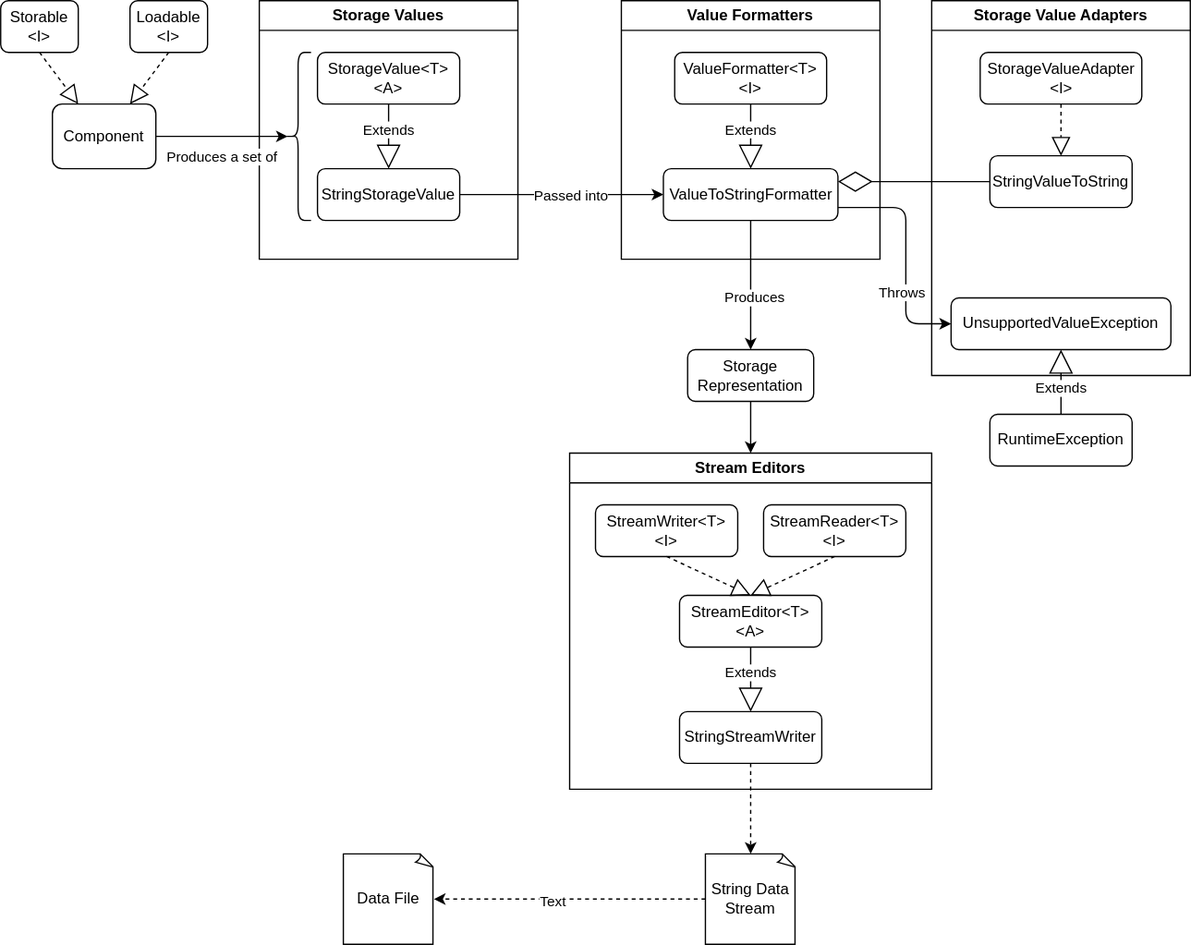
Above: docs/diagrams/Storage.drawio.svg in warburec/GenCompilation (draw.io), before the change. Source tidied: cells renumbered, new cells last; positions are measured from the earlier drawing's top-left corner, leaving out a move shared by most shapes.
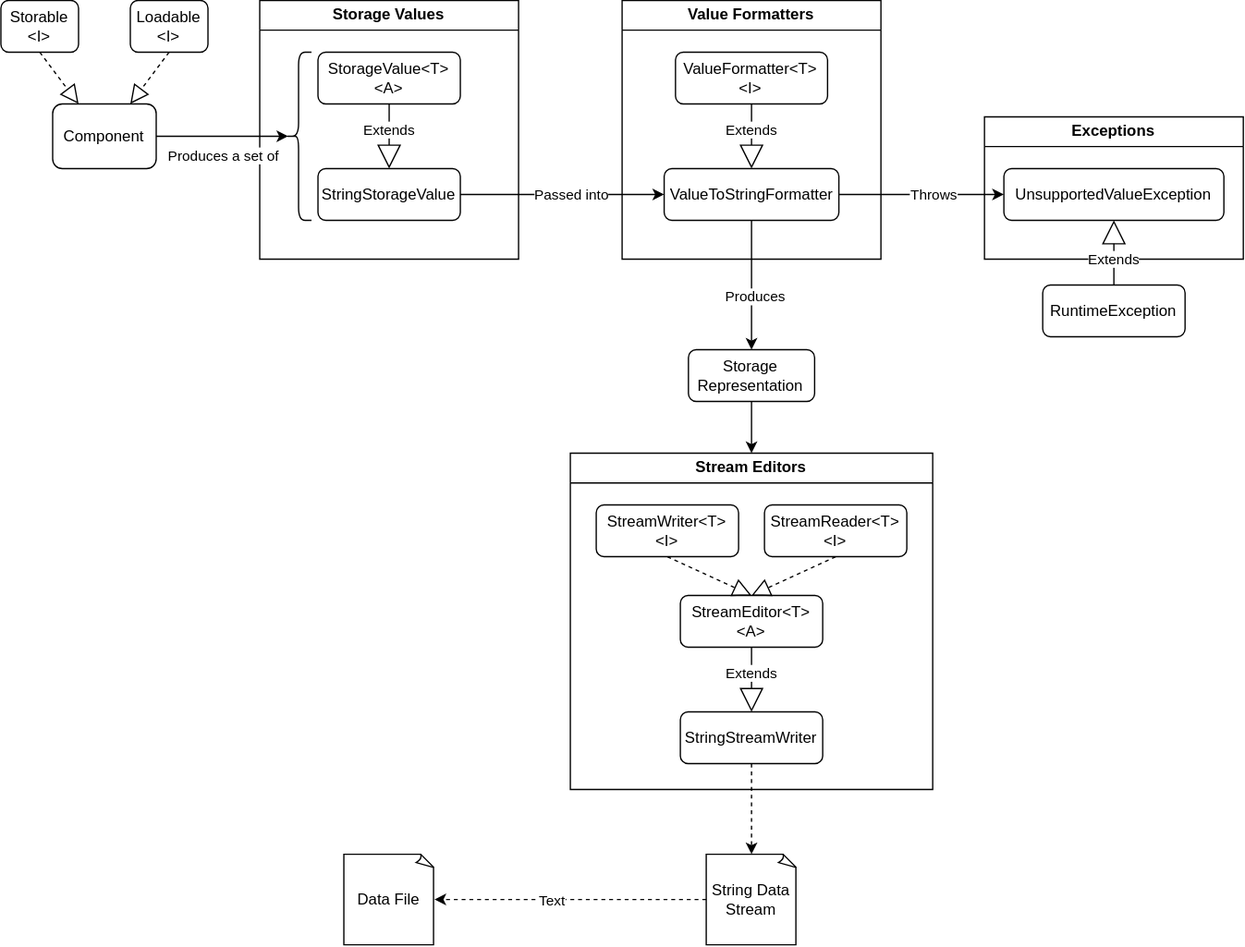
After the change.

Commit message:
Storage architecture fix and diagram

Diff of the diagram source:
```diff
@@ -50,21 +50,18 @@
     <mxCell id="15" value="Component" style="rounded=1;whiteSpace=wrap;html=1;" parent="1" vertex="1">
       <mxGeometry x="40" y="80" width="80" height="50" as="geometry" />
     </mxCell>
-    <mxCell id="16" value="Storage Value Adapters" style="swimlane;whiteSpace=wrap;html=1;" parent="1" vertex="1">
-      <mxGeometry x="720" width="200" height="290" as="geometry" />
+    <mxCell id="16" value="Exceptions" style="swimlane;whiteSpace=wrap;html=1;" parent="1" vertex="1">
+      <mxGeometry x="760" y="90" width="200" height="110" as="geometry" />
     </mxCell>
-    <mxCell id="17" value="StorageValueAdapter &amp;lt;I&amp;gt;" style="rounded=1;whiteSpace=wrap;html=1;" parent="16" vertex="1">
-      <mxGeometry x="37.5" y="40" width="125" height="40" as="geometry" />
-    </mxCell>
-    <mxCell id="18" value="StringValueToString" style="rounded=1;whiteSpace=wrap;html=1;" parent="16" vertex="1">
-      <mxGeometry x="45" y="120" width="110" height="40" as="geometry" />
-    </mxCell>
     <mxCell id="19" value="UnsupportedValueException" style="rounded=1;whiteSpace=wrap;html=1;" parent="16" vertex="1">
-      <mxGeometry x="15" y="230" width="170" height="40" as="geometry" />
+      <mxGeometry x="15" y="40" width="170" height="40" as="geometry" />
     </mxCell>
-    <mxCell id="20" style="endArrow=block;dashed=1;endFill=0;endSize=12;html=1;exitX=0.5;exitY=1;exitDx=0;exitDy=0;entryX=0.5;entryY=0;entryDx=0;entryDy=0;" parent="16" edge="1" source="17" target="18">
-      <mxGeometry relative="1" as="geometry" />
-    </mxCell>
+    <mxCell id="23" value="RuntimeException" style="rounded=1;whiteSpace=wrap;html=1;" parent="16" vertex="1">
+      <mxGeometry x="45" y="130" width="110" height="40" as="geometry" />
+    </mxCell>
+    <mxCell id="24" value="Extends" style="endArrow=block;endSize=16;endFill=0;html=1;entryX=0.5;entryY=1;entryDx=0;entryDy=0;exitX=0.5;exitY=0;exitDx=0;exitDy=0;" parent="16" edge="1" source="23" target="19">
+      <mxGeometry x="-0.2" relative="1" as="geometry" />
+    </mxCell>
     <mxCell id="21" style="edgeStyle=orthogonalEdgeStyle;html=1;exitX=1;exitY=0.5;exitDx=0;exitDy=0;entryX=0;entryY=0.5;entryDx=0;entryDy=0;" parent="1" edge="1" source="5" target="10">
       <mxGeometry relative="1" as="geometry" />
     </mxCell>
@@ -73,26 +70,12 @@
         <mxPoint x="-11" as="offset" />
       </mxGeometry>
     </mxCell>
-    <mxCell id="23" value="RuntimeException" style="rounded=1;whiteSpace=wrap;html=1;" parent="1" vertex="1">
-      <mxGeometry x="765" y="320" width="110" height="40" as="geometry" />
-    </mxCell>
-    <mxCell id="24" value="Extends" style="endArrow=block;endSize=16;endFill=0;html=1;entryX=0.5;entryY=1;entryDx=0;entryDy=0;exitX=0.5;exitY=0;exitDx=0;exitDy=0;" parent="1" edge="1" source="23" target="19">
-      <mxGeometry x="-0.2" relative="1" as="geometry" />
-    </mxCell>
-    <mxCell id="25" style="endArrow=diamondThin;endFill=0;endSize=24;html=1;entryX=1;entryY=0.25;entryDx=0;entryDy=0;exitX=0;exitY=0.5;exitDx=0;exitDy=0;" parent="1" edge="1" source="18" target="10">
-      <mxGeometry relative="1" as="geometry" />
-    </mxCell>
-    <mxCell id="26" style="edgeStyle=orthogonalEdgeStyle;html=1;exitX=1;exitY=0.75;exitDx=0;exitDy=0;entryX=0;entryY=0.5;entryDx=0;entryDy=0;" parent="1" edge="1" source="10" target="19">
-      <mxGeometry relative="1" as="geometry">
-        <Array as="points">
-          <mxPoint x="700" y="160" />
-          <mxPoint x="700" y="250" />
-        </Array>
-      </mxGeometry>
+    <mxCell id="26" style="edgeStyle=orthogonalEdgeStyle;html=1;exitX=1;exitY=0.5;exitDx=0;exitDy=0;entryX=0;entryY=0.5;entryDx=0;entryDy=0;libavoidRouting=1;" parent="1" edge="1" source="10" target="19">
+      <mxGeometry relative="1" as="geometry" />
     </mxCell>
     <mxCell id="27" value="Throws" style="edgeLabel;html=1;align=center;verticalAlign=middle;" parent="26" vertex="1">
       <mxGeometry x="0.18" y="-4" relative="1" as="geometry">
-        <mxPoint y="13" as="offset" />
+        <mxPoint x="-2" y="-4" as="offset" />
       </mxGeometry>
     </mxCell>
     <mxCell id="28" value="String Data Stream" style="whiteSpace=wrap;html=1;shape=mxgraph.basic.document;" parent="1" vertex="1">
```
